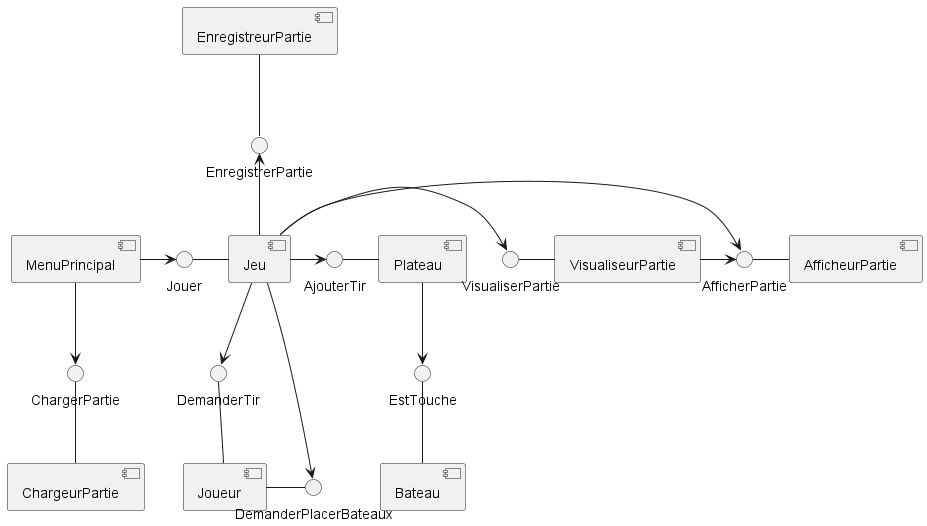
The PlantUML diagram diagrammes_conception/images_diagrammes/diagramme_composants.png in Patroklos99/5153_TP2-Battleship-AI-Pattern-Conception_Engineering2, before a commit.
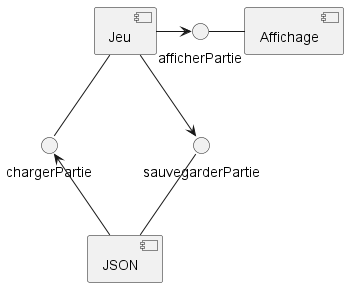
The same diagram one commit later.

Commit message:
modif du diagramme de composantes

Change to the diagram source:
```diff
@@ -1,42 +1,16 @@
 @startuml
-
-[Joueur]
-
-[Plateau]
-
-[Bateau]
 
 [Jeu]
 
-[EnregistreurPartie]
+[JSON]
 
-[ChargeurPartie]
+[Affichage]
 
-[AfficheurPartie]
-
-[VisualiseurPartie]
-
-[MenuPrincipal]
-
-AjouterTir - [Plateau]
-[Jeu] -> AjouterTir
-EstTouche -- [Bateau]
-[Plateau] --> EstTouche
-DemanderTir -- [Joueur]
-DemanderPlacerBateaux -left- [Joueur]
-Jeu --> DemanderPlacerBateaux
-Jeu -down-> DemanderTir
-
-[EnregistreurPartie] -- EnregistrerPartie
-EnregistrerPartie <-- [Jeu]
-[ChargeurPartie] -up- ChargerPartie
-[MenuPrincipal] --> ChargerPartie
-[AfficheurPartie] -left- AfficherPartie
-Jeu -> AfficherPartie
-[VisualiseurPartie] -left- VisualiserPartie
-[VisualiseurPartie] -> AfficherPartie
-[Jeu] -> VisualiserPartie
-[Jeu] -left- Jouer
-[MenuPrincipal] -> Jouer
+[Jeu] -> afficherPartie
+afficherPartie - [Affichage]
+[Jeu] --> sauvegarderPartie
+sauvegarderPartie -- [JSON]
+[JSON] -up-> chargerPartie
+chargerPartie -up- [Jeu]
 
 @enduml
```
